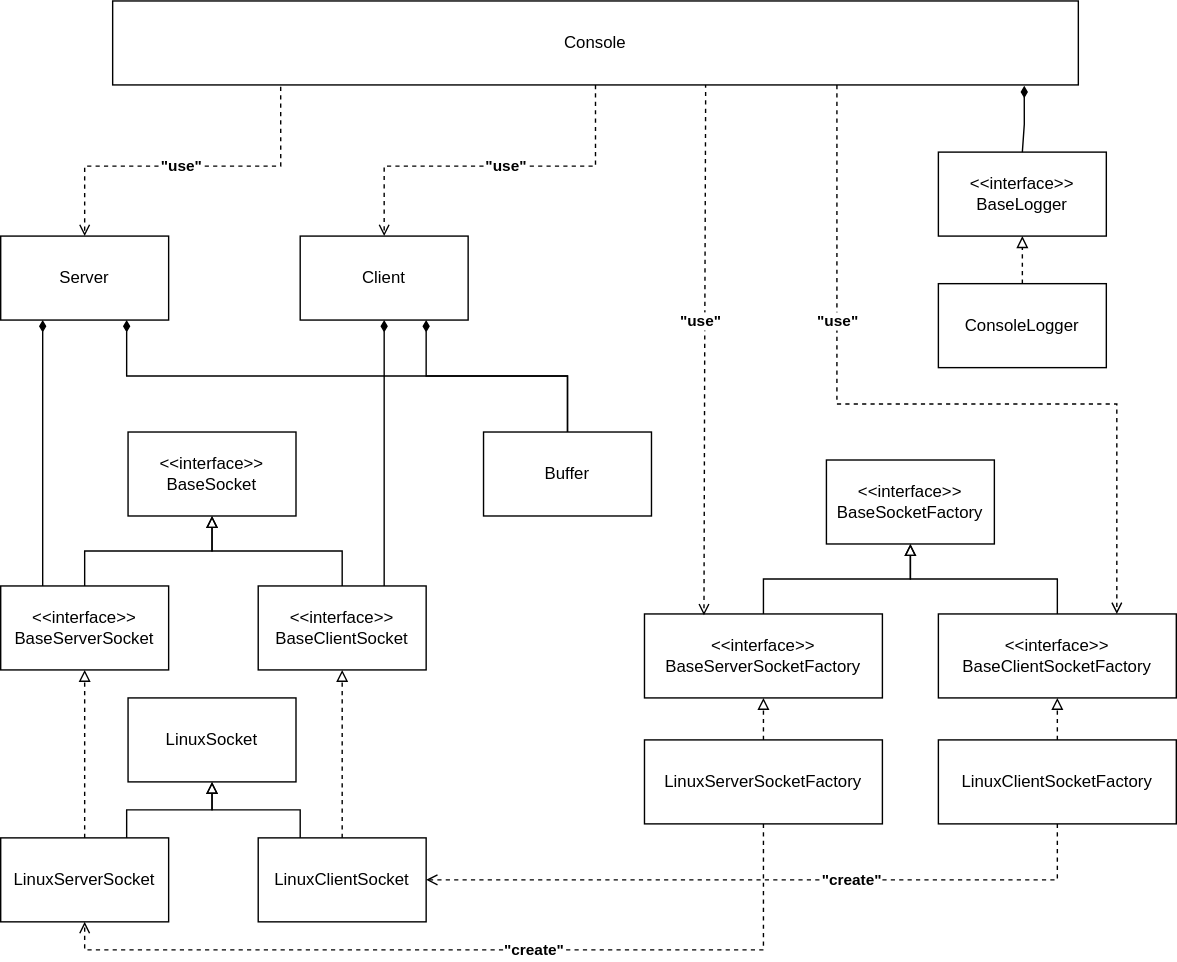
Above: docs/diagram/UMLClassDiagram.drawio.svg in alex8399/file-transfer (draw.io), before the change. Source tidied: cells renumbered, new cells last; positions are measured from the earlier drawing's top-left corner, leaving out a move shared by most shapes.
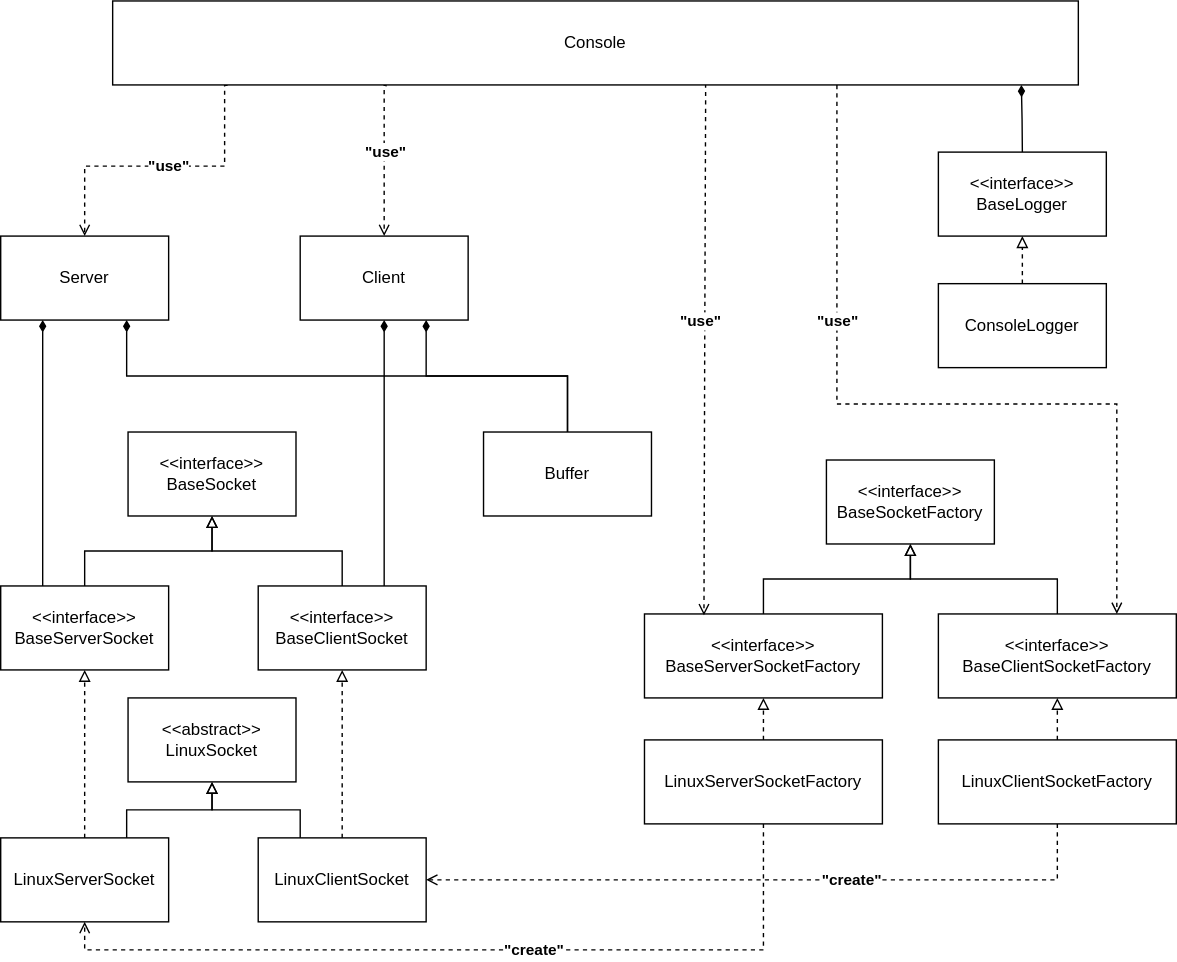
After the commit.

Commit message:
Update UML class diagram

Diff of the diagram source:
```diff
@@ -48,7 +48,7 @@
     <mxCell id="13" value="LinuxClientSocket" style="rounded=0;whiteSpace=wrap;html=1;" parent="1" vertex="1">
       <mxGeometry x="184" y="598" width="120" height="60" as="geometry" />
     </mxCell>
-    <mxCell id="14" value="LinuxSocket" style="rounded=0;whiteSpace=wrap;html=1;" parent="1" vertex="1">
+    <mxCell id="14" value="&lt;div&gt;&amp;lt;&amp;lt;abstract&amp;gt;&amp;gt;&lt;/div&gt;LinuxSocket" style="rounded=0;whiteSpace=wrap;html=1;" parent="1" vertex="1">
       <mxGeometry x="91" y="498" width="120" height="60" as="geometry" />
     </mxCell>
     <mxCell id="15" value="&lt;div&gt;&amp;lt;&amp;lt;interface&amp;gt;&amp;gt;&lt;br&gt;&lt;/div&gt;BaseSocketFactory" style="rounded=0;whiteSpace=wrap;html=1;" parent="1" vertex="1">
@@ -126,30 +126,31 @@
     <mxCell id="36" value="Client" style="rounded=0;whiteSpace=wrap;html=1;" parent="1" vertex="1">
       <mxGeometry x="214" y="168" width="120" height="60" as="geometry" />
     </mxCell>
-    <mxCell id="37" style="edgeStyle=orthogonalEdgeStyle;rounded=0;jettySize=auto;html=1;exitX=0.174;exitY=1.022;exitDx=0;exitDy=0;entryX=0.5;entryY=0;entryDx=0;entryDy=0;endArrow=open;endFill=0;dashed=1;exitPerimeter=0;" parent="1" edge="1" source="46" target="33">
+    <mxCell id="37" style="edgeStyle=orthogonalEdgeStyle;rounded=0;jettySize=auto;html=1;exitX=0.119;exitY=1.003;exitDx=0;exitDy=0;entryX=0.5;entryY=0;entryDx=0;entryDy=0;endArrow=open;endFill=0;dashed=1;exitPerimeter=0;" parent="1" edge="1" source="46" target="33">
       <mxGeometry relative="1" as="geometry">
         <Array as="points">
-          <mxPoint x="200" y="118" />
+          <mxPoint x="160" y="60" />
+          <mxPoint x="160" y="118" />
           <mxPoint x="60" y="118" />
         </Array>
       </mxGeometry>
     </mxCell>
     <mxCell id="38" value="&quot;use&quot;" style="edgeLabel;html=1;align=center;verticalAlign=middle;fontStyle=1;" parent="37" vertex="1">
       <mxGeometry x="0.04" y="-1" relative="1" as="geometry">
-        <mxPoint x="1" as="offset" />
+        <mxPoint x="10" as="offset" />
       </mxGeometry>
     </mxCell>
-    <mxCell id="39" style="edgeStyle=orthogonalEdgeStyle;rounded=0;jettySize=auto;html=1;exitX=0.5;exitY=1;exitDx=0;exitDy=0;entryX=0.5;entryY=0;entryDx=0;entryDy=0;endArrow=open;endFill=0;dashed=1;" parent="1" edge="1" source="46" target="36">
+    <mxCell id="39" style="edgeStyle=orthogonalEdgeStyle;rounded=0;jettySize=auto;html=1;exitX=0.283;exitY=1.017;exitDx=0;exitDy=0;entryX=0.5;entryY=0;entryDx=0;entryDy=0;endArrow=open;endFill=0;dashed=1;exitPerimeter=0;" parent="1" edge="1" source="46" target="36">
       <mxGeometry relative="1" as="geometry">
         <Array as="points">
-          <mxPoint x="425" y="118" />
-          <mxPoint x="274" y="118" />
+          <mxPoint x="275" y="60" />
+          <mxPoint x="274" y="60" />
         </Array>
       </mxGeometry>
     </mxCell>
     <mxCell id="40" value="&quot;use&quot;" style="edgeLabel;html=1;align=center;verticalAlign=middle;fontStyle=1;" parent="39" vertex="1">
       <mxGeometry x="-0.36" relative="1" as="geometry">
-        <mxPoint x="-40" y="-1" as="offset" />
+        <mxPoint y="15" as="offset" />
       </mxGeometry>
     </mxCell>
     <mxCell id="41" style="edgeStyle=orthogonalEdgeStyle;rounded=0;jettySize=auto;html=1;exitX=0.614;exitY=0.983;exitDx=0;exitDy=0;entryX=0.25;entryY=0;entryDx=0;entryDy=0;endArrow=open;endFill=0;dashed=1;exitPerimeter=0;" parent="1" edge="1" source="46">
@@ -181,16 +182,14 @@
         <mxPoint x="-82" y="-59" as="offset" />
       </mxGeometry>
     </mxCell>
-    <mxCell id="45" style="edgeStyle=orthogonalEdgeStyle;rounded=0;jettySize=auto;html=1;exitX=0.944;exitY=1.01;exitDx=0;exitDy=0;entryX=0.5;entryY=0;entryDx=0;entryDy=0;endArrow=none;endFill=0;startArrow=diamondThin;startFill=1;exitPerimeter=0;" parent="1" edge="1" source="46" target="28">
-      <mxGeometry relative="1" as="geometry">
-        <Array as="points">
-          <mxPoint x="731" y="88" />
-          <mxPoint x="731" y="118" />
-        </Array>
-      </mxGeometry>
-    </mxCell>
     <mxCell id="46" value="Console" style="rounded=0;whiteSpace=wrap;html=1;" parent="1" vertex="1">
       <mxGeometry x="80" width="690" height="60" as="geometry" />
     </mxCell>
+    <mxCell id="47" style="edgeStyle=orthogonalEdgeStyle;rounded=0;orthogonalLoop=1;jettySize=auto;html=1;exitX=0.941;exitY=0.983;exitDx=0;exitDy=0;endArrow=none;endFill=0;startArrow=diamondThin;startFill=1;exitPerimeter=0;" parent="1" edge="1">
+      <mxGeometry relative="1" as="geometry">
+        <mxPoint x="729.3" y="60" as="sourcePoint" />
+        <mxPoint x="730" y="108" as="targetPoint" />
+      </mxGeometry>
+    </mxCell>
   </root>
 </mxGraphModel>
```
